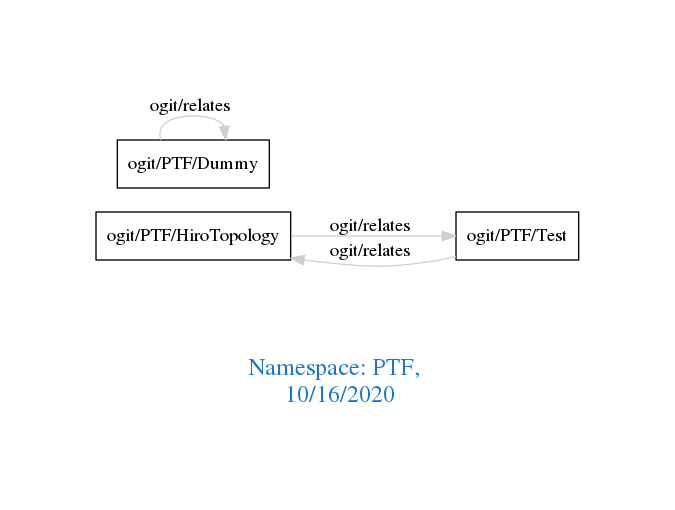
arago/OGIT keeps this Graphviz diagram as downloads/PTF.png. Above is the earlier version. Its source is kept beside it as downloads/PTF.dot.
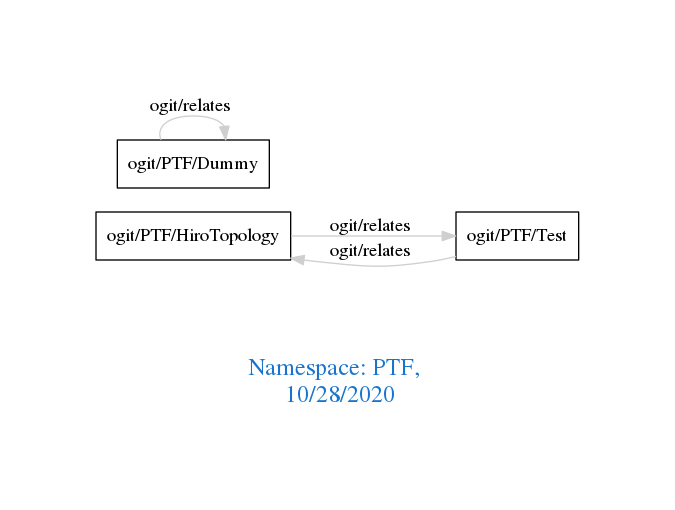
The same file after the commit.

Change to the diagram source:
```diff
@@ -1,7 +1,7 @@
 digraph OGIT_ontology {
  graph [ rankdir= LR,pad=1
 fontsize = 18,
-fontcolor= dodgerblue3,label = "\n\n\nNamespace: PTF, \n 10/16/2020"];
+fontcolor= dodgerblue3,label = "\n\n\nNamespace: PTF, \n 10/28/2020"];
 node[shape=polygon];
 edge [  color="gray81"];
 
```
